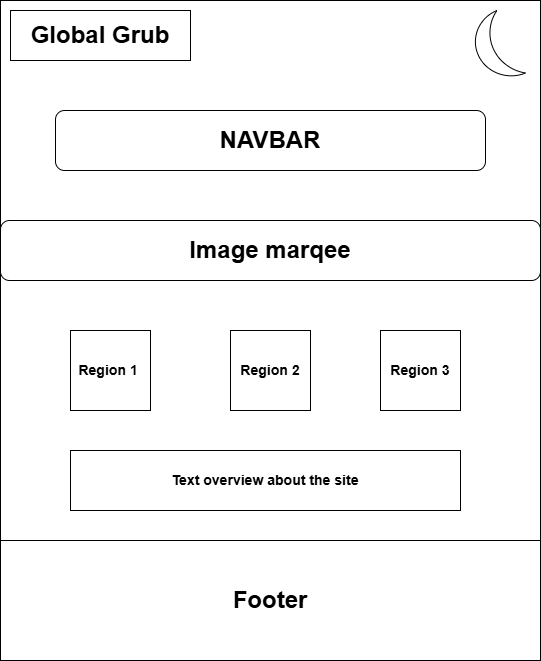
Before: static/homepage.drawio.png, a diagram exported from draw.io (ColmN-Dev/GlobalGrub). Source tidied: cells renumbered, new cells last; positions are measured from the earlier drawing's top-left corner, leaving out a move shared by most shapes.
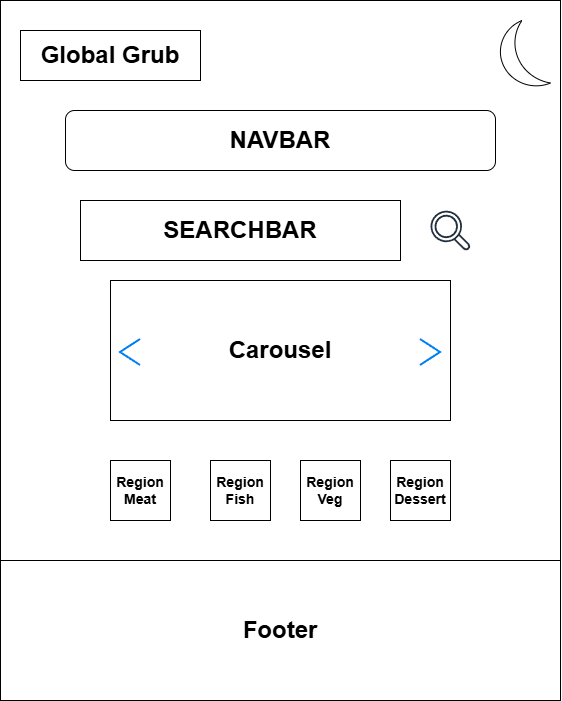
After the commit.

What changed in the source:
```diff
@@ -3,34 +3,46 @@
     <mxCell id="0" />
     <mxCell id="1" parent="0" />
     <mxCell id="2" style="whiteSpace=wrap;html=1;" parent="1" vertex="1">
-      <mxGeometry width="540" height="540" as="geometry" />
+      <mxGeometry width="560" height="560" as="geometry" />
     </mxCell>
     <mxCell id="3" value="&lt;h1&gt;Global Grub&lt;/h1&gt;" style="rounded=0;whiteSpace=wrap;html=1;" parent="1" vertex="1">
-      <mxGeometry x="10" y="10" width="180" height="50" as="geometry" />
+      <mxGeometry x="20" y="30" width="180" height="50" as="geometry" />
     </mxCell>
     <mxCell id="4" style="verticalLabelPosition=bottom;verticalAlign=top;html=1;shape=mxgraph.basic.moon;" parent="1" vertex="1">
-      <mxGeometry x="470" y="10" width="55" height="70" as="geometry" />
+      <mxGeometry x="495" y="20" width="55" height="70" as="geometry" />
     </mxCell>
     <mxCell id="5" value="&lt;h1&gt;NAVBAR&lt;/h1&gt;" style="rounded=1;whiteSpace=wrap;html=1;" parent="1" vertex="1">
-      <mxGeometry x="55" y="110" width="430" height="60" as="geometry" />
+      <mxGeometry x="65" y="110" width="430" height="60" as="geometry" />
     </mxCell>
-    <mxCell id="6" value="&lt;h1&gt;Image marqee&lt;/h1&gt;" style="rounded=1;whiteSpace=wrap;html=1;" parent="1" vertex="1">
-      <mxGeometry y="220" width="540" height="60" as="geometry" />
-    </mxCell>
-    <mxCell id="7" value="&lt;h3&gt;Region 1&amp;nbsp;&lt;/h3&gt;" style="whiteSpace=wrap;html=1;" parent="1" vertex="1">
-      <mxGeometry x="70" y="330" width="80" height="80" as="geometry" />
-    </mxCell>
-    <mxCell id="8" value="&lt;h3&gt;Region 2&lt;/h3&gt;" style="whiteSpace=wrap;html=1;" parent="1" vertex="1">
-      <mxGeometry x="230" y="330" width="80" height="80" as="geometry" />
-    </mxCell>
-    <mxCell id="9" value="&lt;h3&gt;Region 3&lt;/h3&gt;" style="whiteSpace=wrap;html=1;" parent="1" vertex="1">
-      <mxGeometry x="380" y="330" width="80" height="80" as="geometry" />
-    </mxCell>
-    <mxCell id="10" value="&lt;h3&gt;Text overview about the site&lt;/h3&gt;" style="rounded=0;whiteSpace=wrap;html=1;" parent="1" vertex="1">
-      <mxGeometry x="70" y="450" width="390" height="60" as="geometry" />
-    </mxCell>
     <mxCell id="11" value="&lt;h1&gt;Footer&lt;/h1&gt;" style="rounded=0;whiteSpace=wrap;html=1;" parent="1" vertex="1">
-      <mxGeometry y="540" width="540" height="120" as="geometry" />
+      <mxGeometry y="560" width="560" height="140" as="geometry" />
     </mxCell>
+    <mxCell id="12" value="&lt;h1&gt;SEARCHBAR&lt;/h1&gt;" style="rounded=0;whiteSpace=wrap;html=1;" parent="1" vertex="1">
+      <mxGeometry x="80" y="200" width="320" height="60" as="geometry" />
+    </mxCell>
+    <mxCell id="13" style="sketch=0;fontColor=#232F3E;gradientColor=none;fillColor=#232F3D;strokeColor=none;dashed=0;verticalLabelPosition=bottom;verticalAlign=top;align=center;html=1;fontSize=12;fontStyle=0;shape=mxgraph.aws4.magnifying_glass_2;" parent="1" vertex="1">
+      <mxGeometry x="430" y="210" width="40" height="40" as="geometry" />
+    </mxCell>
+    <mxCell id="14" value="&lt;h1&gt;Carousel&lt;/h1&gt;" style="rounded=0;whiteSpace=wrap;html=1;" parent="1" vertex="1">
+      <mxGeometry x="110" y="280" width="340" height="140" as="geometry" />
+    </mxCell>
+    <mxCell id="15" value="&lt;h3&gt;Region Meat&lt;/h3&gt;" style="rounded=0;whiteSpace=wrap;html=1;" parent="1" vertex="1">
+      <mxGeometry x="110" y="460" width="60" height="60" as="geometry" />
+    </mxCell>
+    <mxCell id="16" value="&lt;h3&gt;Region Fish&lt;/h3&gt;" style="rounded=0;whiteSpace=wrap;html=1;" parent="1" vertex="1">
+      <mxGeometry x="210" y="460" width="60" height="60" as="geometry" />
+    </mxCell>
+    <mxCell id="17" value="&lt;h3&gt;Region Veg&lt;/h3&gt;" style="rounded=0;whiteSpace=wrap;html=1;" parent="1" vertex="1">
+      <mxGeometry x="300" y="460" width="60" height="60" as="geometry" />
+    </mxCell>
+    <mxCell id="18" value="&lt;h3&gt;Region Dessert&lt;/h3&gt;" style="rounded=0;whiteSpace=wrap;html=1;" parent="1" vertex="1">
+      <mxGeometry x="390" y="460" width="60" height="60" as="geometry" />
+    </mxCell>
+    <mxCell id="19" style="html=1;verticalLabelPosition=bottom;labelBackgroundColor=#ffffff;verticalAlign=top;shadow=0;dashed=0;strokeWidth=2;shape=mxgraph.ios7.misc.left;strokeColor=#0080f0;" parent="1" vertex="1">
+      <mxGeometry x="120" y="339" width="20" height="26" as="geometry" />
+    </mxCell>
+    <mxCell id="20" style="html=1;verticalLabelPosition=bottom;labelBackgroundColor=#ffffff;verticalAlign=top;shadow=0;dashed=0;strokeWidth=2;shape=mxgraph.ios7.misc.left;strokeColor=#0080f0;direction=west;" parent="1" vertex="1">
+      <mxGeometry x="420" y="339" width="20" height="26" as="geometry" />
+    </mxCell>
   </root>
 </mxGraphModel>
```
